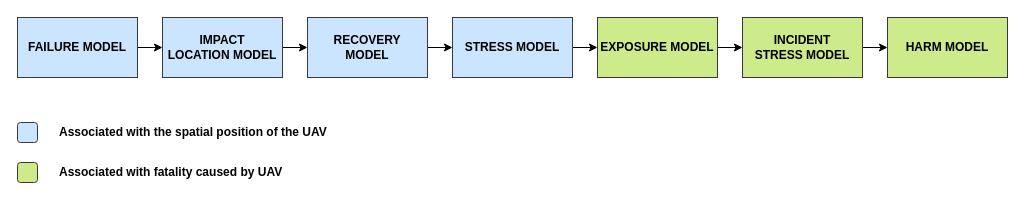
The draw.io diagram page "GROUND" (9 of 13) of OSM Thesis Latex and Docs/OSM Drone.drawio in komikndr/UAV-Path-Planning, before the edit. Source tidied: cells renumbered, new cells numbered last; positions are measured from the earlier drawing's top-left corner, leaving out a move shared by most shapes. Both pictures are drawn from the tidied source at 100%, with x=0, y=0 at pixel (17, 17).
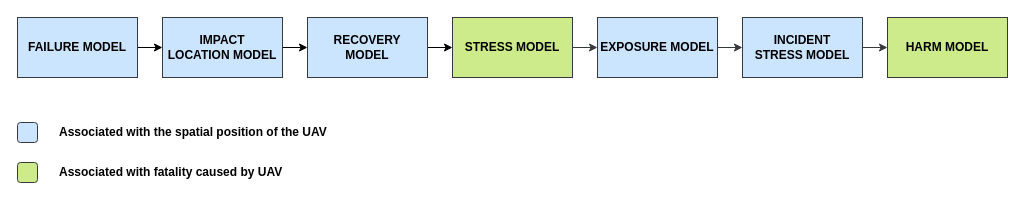
Above is the later version.

The edit, as a diff of the source:
```diff
@@
 <mxGraphModel>
   <root>
     <mxCell id="0" />
     <mxCell id="1" parent="0" />
     <mxCell id="2" style="edgeStyle=orthogonalEdgeStyle;rounded=0;jettySize=auto;html=1;" parent="1" edge="1" source="3" target="5">
       <mxGeometry relative="1" as="geometry" />
     </mxCell>
     <mxCell id="3" value="&lt;b&gt;FAILURE MODEL&lt;/b&gt;" style="rounded=0;whiteSpace=wrap;html=1;fillColor=#cce5ff;strokeColor=#36393d;flipH=0;" parent="1" vertex="1">
       <mxGeometry width="120" height="60" as="geometry" />
     </mxCell>
     <mxCell id="4" style="edgeStyle=orthogonalEdgeStyle;rounded=0;jettySize=auto;html=1;" parent="1" edge="1" source="5" target="7">
       <mxGeometry relative="1" as="geometry" />
     </mxCell>
     <mxCell id="5" value="&lt;b&gt;IMPACT&lt;br&gt;LOCATION MODEL&lt;br&gt;&lt;/b&gt;" style="rounded=0;whiteSpace=wrap;html=1;fillColor=#cce5ff;strokeColor=#36393d;flipH=0;" parent="1" vertex="1">
       <mxGeometry x="145" width="120" height="60" as="geometry" />
     </mxCell>
     <mxCell id="6" style="edgeStyle=orthogonalEdgeStyle;rounded=0;jettySize=auto;html=1;" parent="1" edge="1" source="7" target="9">
       <mxGeometry relative="1" as="geometry" />
     </mxCell>
     <mxCell id="7" value="&lt;b&gt;RECOVERY&lt;br&gt;MODEL&lt;/b&gt;" style="rounded=0;whiteSpace=wrap;html=1;fillColor=#cce5ff;strokeColor=#36393d;flipH=0;" parent="1" vertex="1">
       <mxGeometry x="290" width="120" height="60" as="geometry" />
     </mxCell>
-    <mxCell id="8" style="edgeStyle=orthogonalEdgeStyle;rounded=0;jettySize=auto;html=1;" parent="1" edge="1" source="9" target="11">
+    <mxCell id="8" style="edgeStyle=orthogonalEdgeStyle;rounded=0;jettySize=auto;html=1;fillColor=#cce5ff;strokeColor=#36393d;" parent="1" edge="1" source="9" target="11">
       <mxGeometry relative="1" as="geometry" />
     </mxCell>
-    <mxCell id="9" value="&lt;b&gt;STRESS MODEL&lt;br&gt;&lt;/b&gt;" style="rounded=0;whiteSpace=wrap;html=1;fillColor=#cce5ff;strokeColor=#36393d;flipH=0;" parent="1" vertex="1">
+    <mxCell id="9" value="&lt;b&gt;STRESS MODEL&lt;br&gt;&lt;/b&gt;" style="rounded=0;whiteSpace=wrap;html=1;fillColor=#cdeb8b;strokeColor=#36393d;flipH=0;" parent="1" vertex="1">
       <mxGeometry x="435" width="120" height="60" as="geometry" />
     </mxCell>
-    <mxCell id="10" style="edgeStyle=orthogonalEdgeStyle;rounded=0;jettySize=auto;html=1;" parent="1" edge="1" source="11" target="13">
+    <mxCell id="10" style="edgeStyle=orthogonalEdgeStyle;rounded=0;jettySize=auto;html=1;fillColor=#cce5ff;strokeColor=#36393d;" parent="1" edge="1" source="11" target="13">
       <mxGeometry relative="1" as="geometry" />
     </mxCell>
-    <mxCell id="11" value="&lt;b&gt;EXPOSURE MODEL&lt;/b&gt;" style="rounded=0;whiteSpace=wrap;html=1;fillColor=#cdeb8b;strokeColor=#36393d;flipH=0;" parent="1" vertex="1">
+    <mxCell id="11" value="&lt;b&gt;EXPOSURE MODEL&lt;/b&gt;" style="rounded=0;whiteSpace=wrap;html=1;fillColor=#cce5ff;strokeColor=#36393d;flipH=0;" parent="1" vertex="1">
       <mxGeometry x="580" width="120" height="60" as="geometry" />
     </mxCell>
-    <mxCell id="12" style="edgeStyle=orthogonalEdgeStyle;rounded=0;jettySize=auto;html=1;" parent="1" edge="1" source="13" target="14">
+    <mxCell id="12" style="edgeStyle=orthogonalEdgeStyle;rounded=0;jettySize=auto;html=1;fillColor=#cce5ff;strokeColor=#36393d;" parent="1" edge="1" source="13" target="14">
       <mxGeometry relative="1" as="geometry" />
     </mxCell>
-    <mxCell id="13" value="&lt;b&gt;INCIDENT&lt;br&gt;STRESS MODEL&lt;br&gt;&lt;/b&gt;" style="rounded=0;whiteSpace=wrap;html=1;fillColor=#cdeb8b;strokeColor=#36393d;flipH=0;" parent="1" vertex="1">
+    <mxCell id="13" value="&lt;b&gt;INCIDENT&lt;br&gt;STRESS MODEL&lt;br&gt;&lt;/b&gt;" style="rounded=0;whiteSpace=wrap;html=1;fillColor=#cce5ff;strokeColor=#36393d;flipH=0;" parent="1" vertex="1">
       <mxGeometry x="725" width="120" height="60" as="geometry" />
     </mxCell>
     <mxCell id="14" value="&lt;b&gt;HARM MODEL&lt;br&gt;&lt;/b&gt;" style="rounded=0;whiteSpace=wrap;html=1;fillColor=#cdeb8b;strokeColor=#36393d;flipH=0;" parent="1" vertex="1">
       <mxGeometry x="870" width="120" height="60" as="geometry" />
     </mxCell>
     <mxCell id="15" style="group;" parent="1" vertex="1">
       <mxGeometry y="100" width="440" height="70" as="geometry" />
     </mxCell>
     <mxCell id="16" style="rounded=1;whiteSpace=wrap;html=1;fillColor=#cce5ff;strokeColor=#36393d;" parent="15" vertex="1">
       <mxGeometry y="5" width="20" height="20" as="geometry" />
     </mxCell>
     <mxCell id="17" style="rounded=1;whiteSpace=wrap;html=1;fillColor=#cdeb8b;strokeColor=#36393d;" parent="15" vertex="1">
       <mxGeometry y="45" width="20" height="20" as="geometry" />
     </mxCell>
     <mxCell id="18" value="&lt;b&gt;Associated with the spatial position of the UAV&lt;/b&gt;" style="text;html=1;strokeColor=none;fillColor=none;align=left;verticalAlign=middle;whiteSpace=wrap;rounded=0;" parent="15" vertex="1">
       <mxGeometry x="40" width="400" height="30" as="geometry" />
     </mxCell>
     <mxCell id="19" value="&lt;b&gt;Associated with fatality caused by UAV&lt;/b&gt;" style="text;html=1;strokeColor=none;fillColor=none;align=left;verticalAlign=middle;whiteSpace=wrap;rounded=0;" parent="15" vertex="1">
       <mxGeometry x="40" y="40" width="400" height="30" as="geometry" />
     </mxCell>
   </root>
 </mxGraphModel>
```
